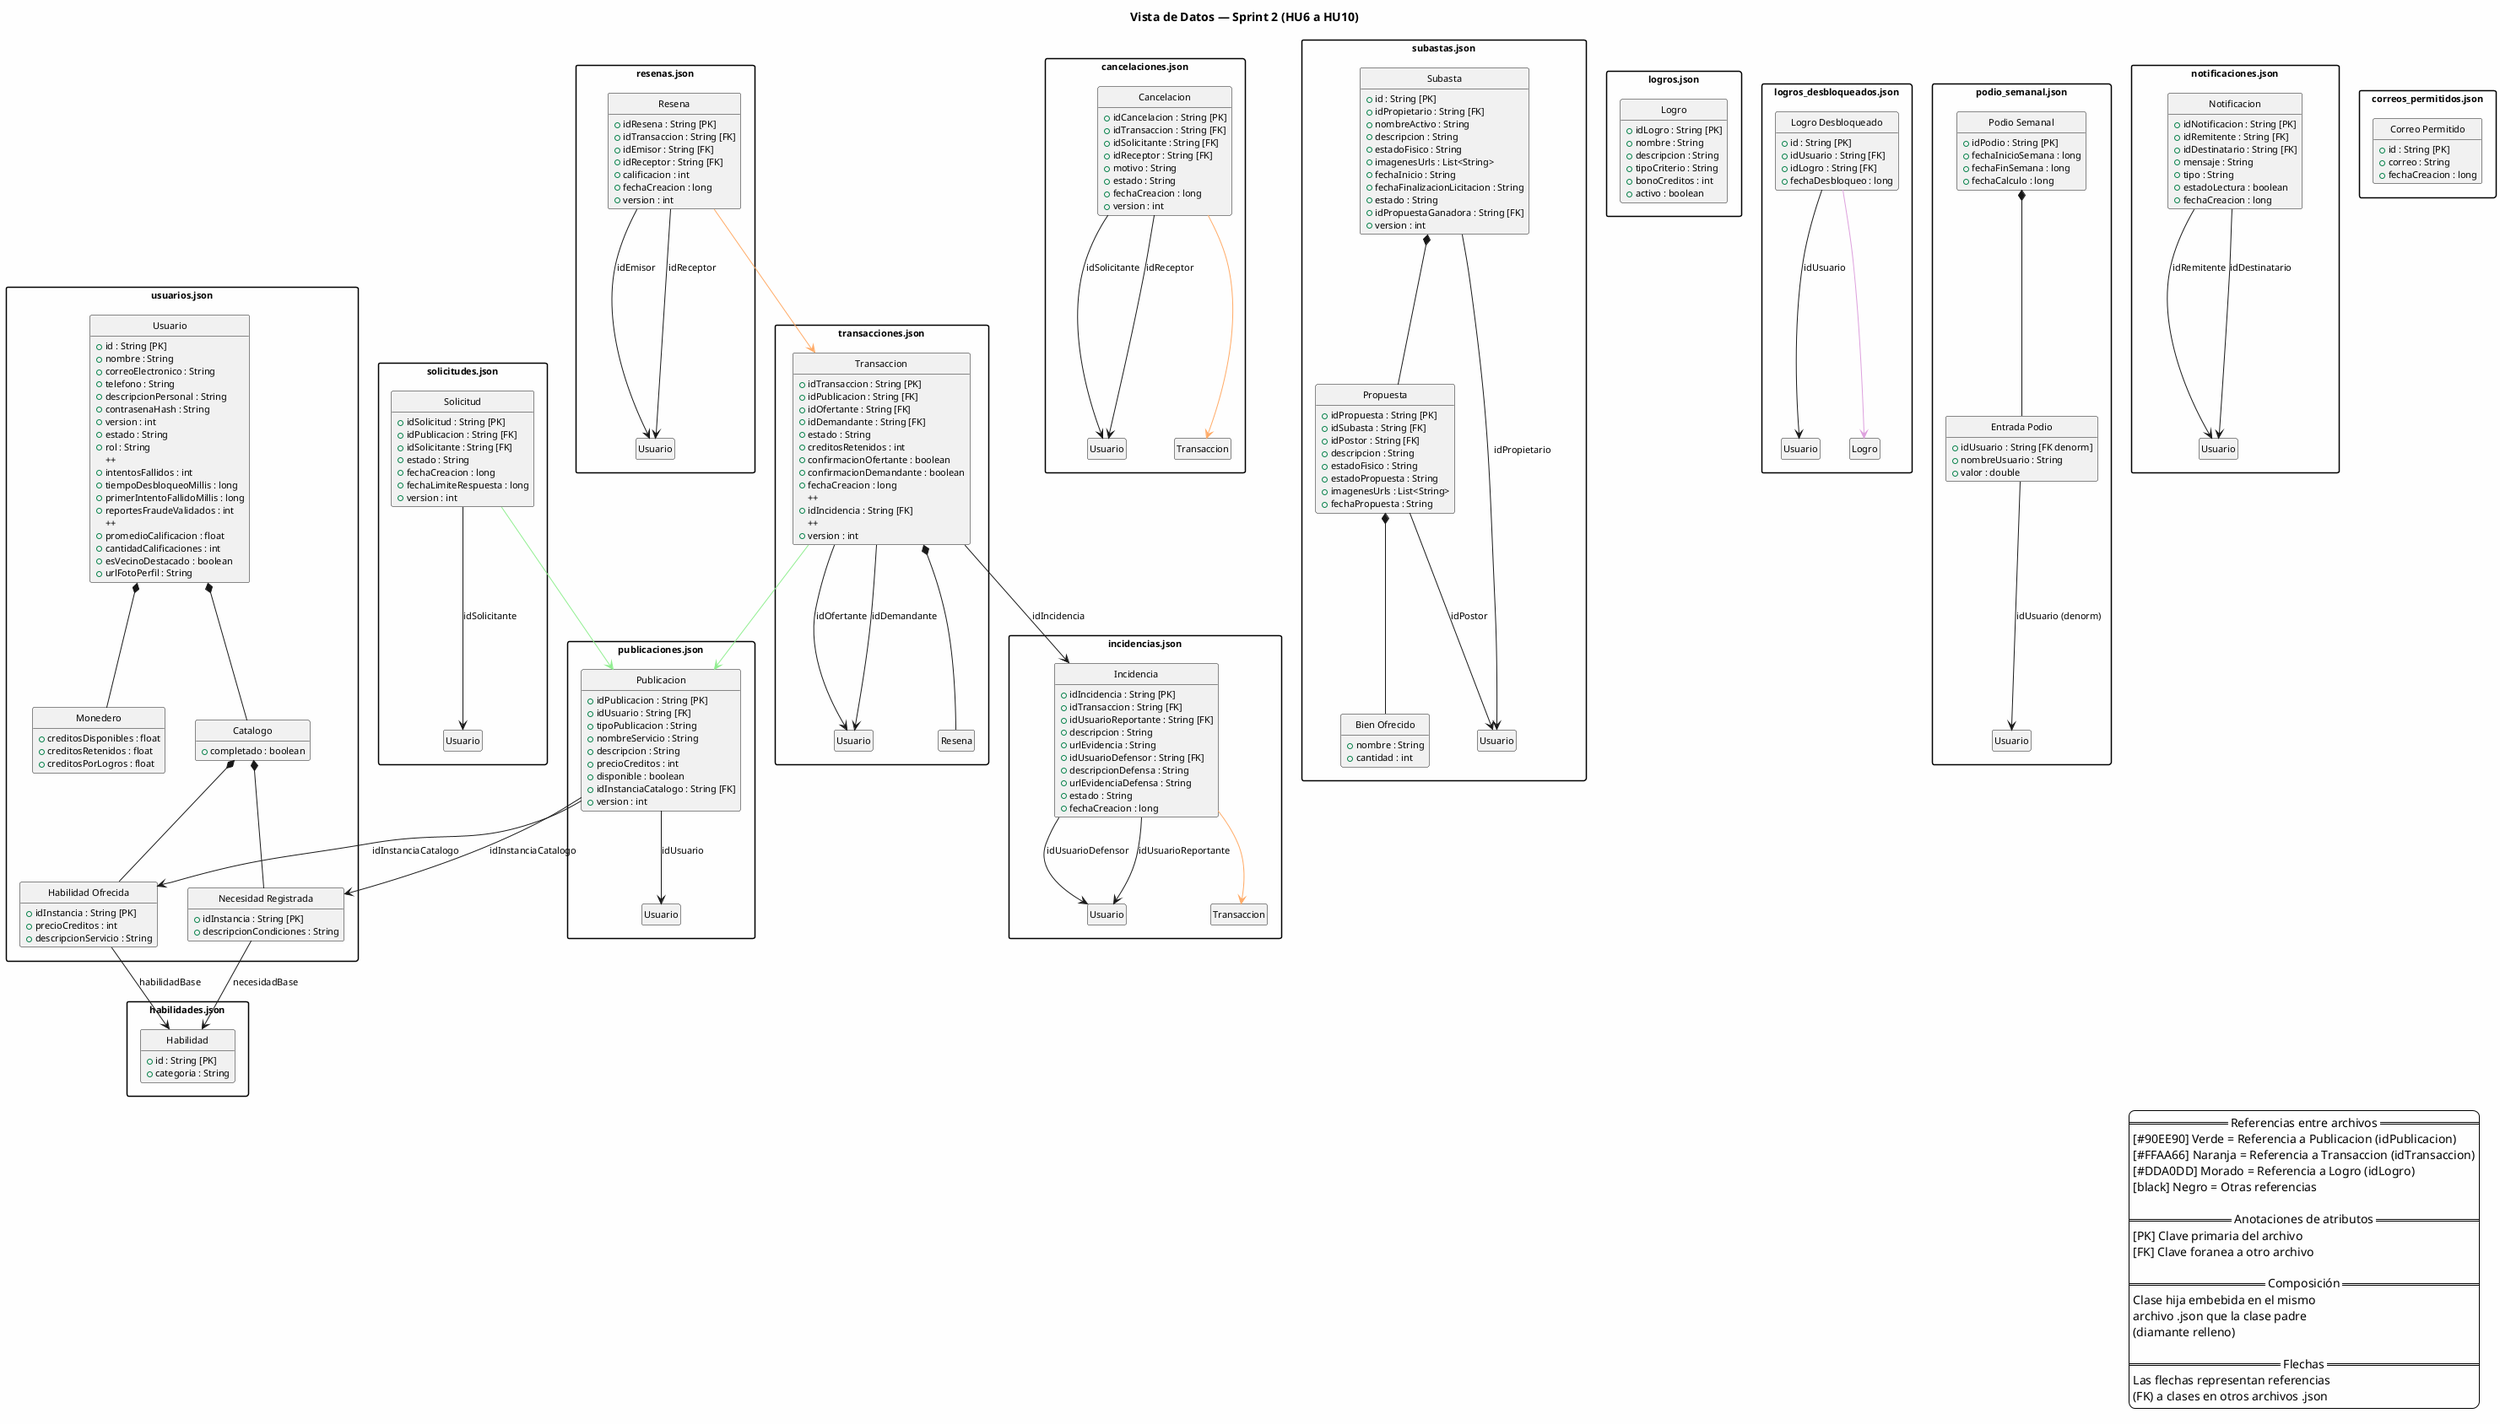
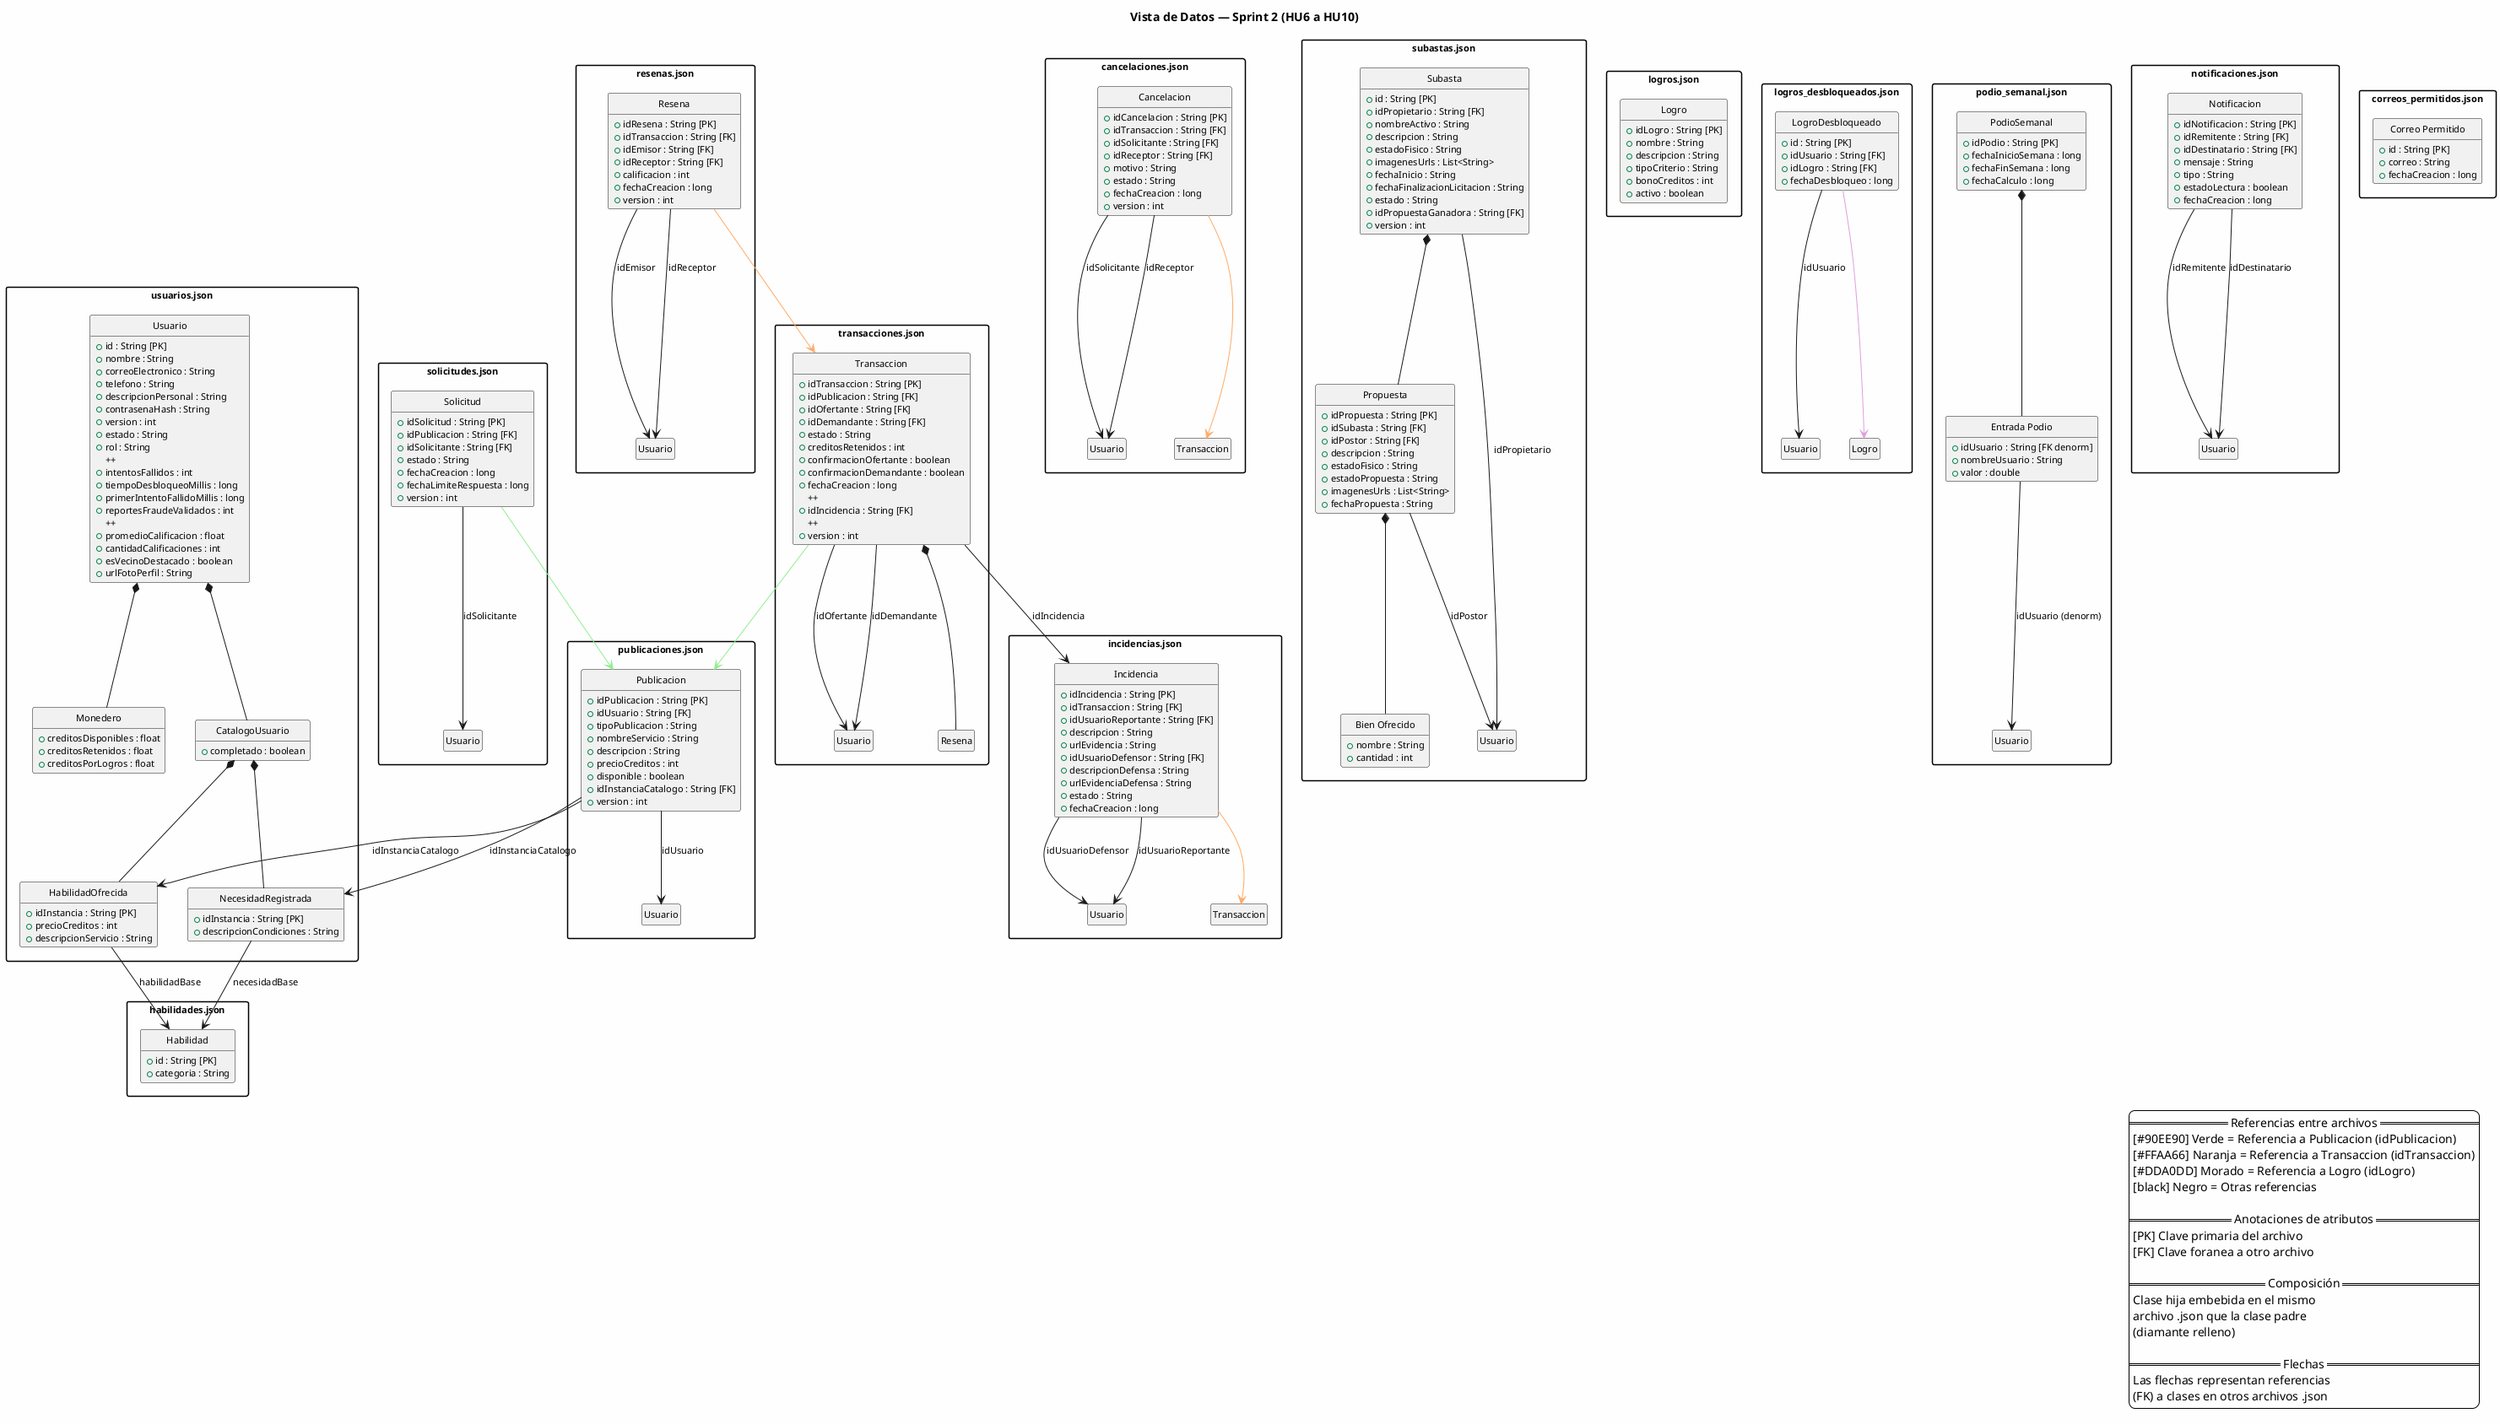
@startuml
skinparam packageStyle rectangle
skinparam backgroundColor #FEFEFE
skinparam defaultFontName Consolas
skinparam defaultFontSize 11
hide circle
hide empty members

title "Vista de Datos — Sprint 2 (HU6 a HU10)"

legend right
  == Referencias entre archivos ==
  [#90EE90] Verde = Referencia a Publicacion (idPublicacion)
  [#FFAA66] Naranja = Referencia a Transaccion (idTransaccion)
  [#DDA0DD] Morado = Referencia a Logro (idLogro)
  [black] Negro = Otras referencias

  == Anotaciones de atributos ==
  [PK] Clave primaria del archivo
  [FK] Clave foranea a otro archivo

  == Composición ==
  Clase hija embebida en el mismo
  archivo .json que la clase padre
  (diamante relleno)

  == Flechas ==
  Las flechas representan referencias
  (FK) a clases en otros archivos .json
endlegend

' ========================================================================
' ARCHIVO: usuarios.json  (S1 + HU7)
' ========================================================================
package "usuarios.json" as P_USUARIOS {
  class "Usuario" as USUARIO {
    + id : String [PK]
    + nombre : String
    + correoElectronico : String
    + telefono : String
    + descripcionPersonal : String
    + contrasenaHash : String
    + version : int
    + estado : String
    + rol : String
  ++
    + intentosFallidos : int
    + tiempoDesbloqueoMillis : long
    + primerIntentoFallidoMillis : long
    + reportesFraudeValidados : int
  ++
    + promedioCalificacion : float
    + cantidadCalificaciones : int
    + esVecinoDestacado : boolean
    + urlFotoPerfil : String
  }

  class "Monedero" as MONEDERO {
    + creditosDisponibles : float
    + creditosRetenidos : float
    + creditosPorLogros : float
  }

-   class "Catalogo" as CATALOGO {
+   class "CatalogoUsuario" as CATALOGO {
    + completado : boolean
  }

-   class "Habilidad Ofrecida" as HAB_OFRE {
+   class "HabilidadOfrecida" as HAB_OFRE {
    + idInstancia : String [PK]
    + precioCreditos : int
    + descripcionServicio : String
  }

-   class "Necesidad Registrada" as NEC_REG {
+   class "NecesidadRegistrada" as NEC_REG {
    + idInstancia : String [PK]
    + descripcionCondiciones : String
  }
}

' ========================================================================
' ARCHIVO: habilidades.json
' ========================================================================
package "habilidades.json" as P_HABILIDADES {
  class "Habilidad" as HABILIDAD {
    + id : String [PK]
    + categoria : String
  }
}

' ========================================================================
' ARCHIVO: publicaciones.json
' ========================================================================
package "publicaciones.json" as P_PUBLICACIONES {
  class "Usuario" as USUARIO_PUB {
  }

  class "Publicacion" as PUBLICACION {
    + idPublicacion : String [PK]
    + idUsuario : String [FK]
    + tipoPublicacion : String
    + nombreServicio : String
    + descripcion : String
    + precioCreditos : int
    + disponible : boolean
    + idInstanciaCatalogo : String [FK]
    + version : int
  }
}

' ========================================================================
' ARCHIVO: solicitudes.json
' ========================================================================
package "solicitudes.json" as P_SOLICITUDES {
  class "Usuario" as USUARIO_SOL {
  }

  class "Solicitud" as SOLICITUD {
    + idSolicitud : String [PK]
    + idPublicacion : String [FK]
    + idSolicitante : String [FK]
    + estado : String
    + fechaCreacion : long
    + fechaLimiteRespuesta : long
    + version : int
  }
}

' ========================================================================
' ARCHIVO: transacciones.json  (S1 + HU8: idIncidencia)
' ========================================================================
package "transacciones.json" as P_TRANSACCIONES {
  class "Usuario" as USUARIO_TX {
  }

  class "Transaccion" as TRANSACCION {
    + idTransaccion : String [PK]
    + idPublicacion : String [FK]
    + idOfertante : String [FK]
    + idDemandante : String [FK]
    + estado : String
    + creditosRetenidos : int
    + confirmacionOfertante : boolean
    + confirmacionDemandante : boolean
    + fechaCreacion : long
  ++
    + idIncidencia : String [FK]
  ++
    + version : int
  }

  class "Resena" as RESENA_TX {
    ' Solo nombre: atributos completos en resenas.json
  }
}

' ========================================================================
' ARCHIVO: incidencias.json  (NUEVO HU8)
' ========================================================================
package "incidencias.json" as P_INCIDENCIAS {
  class "Usuario" as USUARIO_INC {
  }

  class "Transaccion" as TRANSACCION_INC {
  }

  class "Incidencia" as INCIDENCIA {
    + idIncidencia : String [PK]
    + idTransaccion : String [FK]
    + idUsuarioReportante : String [FK]
    + descripcion : String
    + urlEvidencia : String
    + idUsuarioDefensor : String [FK]
    + descripcionDefensa : String
    + urlEvidenciaDefensa : String
    + estado : String
    + fechaCreacion : long
  }
}

' ========================================================================
' ARCHIVO: cancelaciones.json  (NUEVO HU8)
' ========================================================================
package "cancelaciones.json" as P_CANCELACIONES {
  class "Usuario" as USUARIO_CAN {
  }

  class "Transaccion" as TRANSACCION_CAN {
  }

  class "Cancelacion" as CANCELACION {
    + idCancelacion : String [PK]
    + idTransaccion : String [FK]
    + idSolicitante : String [FK]
    + idReceptor : String [FK]
    + motivo : String
    + estado : String
    + fechaCreacion : long
    + version : int
  }
}

' ========================================================================
' ARCHIVO: resenas.json
' ========================================================================
package "resenas.json" as P_RESENAS {
  class "Usuario" as USUARIO_RES {
  }

  class "Resena" as RESENA {
    + idResena : String [PK]
    + idTransaccion : String [FK]
    + idEmisor : String [FK]
    + idReceptor : String [FK]
    + calificacion : int
    + fechaCreacion : long
    + version : int
  }
}

' ========================================================================
' ARCHIVO: subastas.json
' ========================================================================
package "subastas.json" as P_SUBASTAS {
  class "Usuario" as USUARIO_SUB {
  }

  class "Subasta" as SUBASTA {
    + id : String [PK]
    + idPropietario : String [FK]
    + nombreActivo : String
    + descripcion : String
    + estadoFisico : String
    + imagenesUrls : List<String>
    + fechaInicio : String
    + fechaFinalizacionLicitacion : String
    + estado : String
    + idPropuestaGanadora : String [FK]
    + version : int
  }

  class "Propuesta" as PROPUESTA {
    + idPropuesta : String [PK]
    + idSubasta : String [FK]
    + idPostor : String [FK]
    + descripcion : String
    + estadoFisico : String
    + estadoPropuesta : String
    + imagenesUrls : List<String>
    + fechaPropuesta : String
  }

  class "Bien Ofrecido" as BIEN {
    + nombre : String
    + cantidad : int
  }
}

' ========================================================================
' ARCHIVO: logros.json  (NUEVO HU9)
' ========================================================================
package "logros.json" as P_LOGROS {
  class "Logro" as LOGRO {
    + idLogro : String [PK]
    + nombre : String
    + descripcion : String
    + tipoCriterio : String
    + bonoCreditos : int
    + activo : boolean
  }
}

' ========================================================================
' ARCHIVO: logros_desbloqueados.json  (NUEVO HU9)
' ========================================================================
package "logros_desbloqueados.json" as P_LOGROS_DESB {
  class "Usuario" as USUARIO_LGD {
  }

  class "Logro" as LOGRO_LGD {
  }

-   class "Logro Desbloqueado" as LOGRO_DESB {
+   class "LogroDesbloqueado" as LOGRO_DESB {
    + id : String [PK]
    + idUsuario : String [FK]
    + idLogro : String [FK]
    + fechaDesbloqueo : long
  }
}

' ========================================================================
' ARCHIVO: podio_semanal.json  (NUEVO HU10)
' ========================================================================
package "podio_semanal.json" as P_PODIO {
  class "Usuario" as USUARIO_POD {
  }

-   class "Podio Semanal" as PODIO {
+   class "PodioSemanal" as PODIO {
    + idPodio : String [PK]
    + fechaInicioSemana : long
    + fechaFinSemana : long
    + fechaCalculo : long

  }

  class "Entrada Podio" as ENTRADA {
    + idUsuario : String [FK denorm]
    + nombreUsuario : String
    + valor : double
  }
}

' ========================================================================
' ARCHIVO: notificaciones.json
' ========================================================================
package "notificaciones.json" as P_NOTIF {
  class "Usuario" as USUARIO_NOT {
  }

  class "Notificacion" as NOTIFICACION {
    + idNotificacion : String [PK]
    + idRemitente : String [FK]
    + idDestinatario : String [FK]
    + mensaje : String
    + tipo : String
    + estadoLectura : boolean
    + fechaCreacion : long
  }
}

' ========================================================================
' ARCHIVO: correos_permitidos.json
' ========================================================================
package "correos_permitidos.json" as P_CORREOS {
  class "Correo Permitido" as CORREO {
    + id : String [PK]
    + correo : String
    + fechaCreacion : long
  }
}

' ========================================================================
' RELACIONES (INTERNAS A CADA ARCHIVO)
' ========================================================================
USUARIO *-- MONEDERO
USUARIO *-- CATALOGO
CATALOGO *-- HAB_OFRE
CATALOGO *-- NEC_REG
SUBASTA *-- PROPUESTA
PROPUESTA *-- BIEN
TRANSACCION *-- RESENA_TX
PODIO *-- ENTRADA

' ========================================================================
' REFERENCIAS A USUARIO (locales, sin flecha entre archivos)
' ========================================================================
PUBLICACION --> USUARIO_PUB : idUsuario
SOLICITUD --> USUARIO_SOL : idSolicitante
TRANSACCION --> USUARIO_TX : idOfertante
TRANSACCION --> USUARIO_TX : idDemandante
RESENA --> USUARIO_RES : idEmisor
RESENA --> USUARIO_RES : idReceptor
SUBASTA --> USUARIO_SUB : idPropietario
PROPUESTA --> USUARIO_SUB : idPostor
NOTIFICACION --> USUARIO_NOT : idRemitente
NOTIFICACION --> USUARIO_NOT : idDestinatario
INCIDENCIA --> USUARIO_INC : idUsuarioReportante
INCIDENCIA --> USUARIO_INC : idUsuarioDefensor
CANCELACION --> USUARIO_CAN : idSolicitante
CANCELACION --> USUARIO_CAN : idReceptor
LOGRO_DESB --> USUARIO_LGD : idUsuario
ENTRADA --> USUARIO_POD : idUsuario (denorm)

' ========================================================================
' REFERENCIAS A PUBLICACION (verde)
' ========================================================================
SOLICITUD -[#90EE90]-> PUBLICACION
TRANSACCION -[#90EE90]-> PUBLICACION

' ========================================================================
' REFERENCIAS A TRANSACCION (naranja)
' ========================================================================
RESENA -[#FFAA66]-> TRANSACCION
INCIDENCIA -[#FFAA66]-> TRANSACCION_INC
CANCELACION -[#FFAA66]-> TRANSACCION_CAN

' ========================================================================
' REFERENCIAS A LOGRO (morado)
' ========================================================================
LOGRO_DESB -[#DDA0DD]-> LOGRO_LGD

' ========================================================================
' OTRAS REFERENCIAS (negro)
' ========================================================================
HAB_OFRE --> HABILIDAD : habilidadBase
NEC_REG --> HABILIDAD : necesidadBase
PUBLICACION --> HAB_OFRE : idInstanciaCatalogo
PUBLICACION --> NEC_REG : idInstanciaCatalogo
TRANSACCION --> INCIDENCIA : idIncidencia

@enduml
